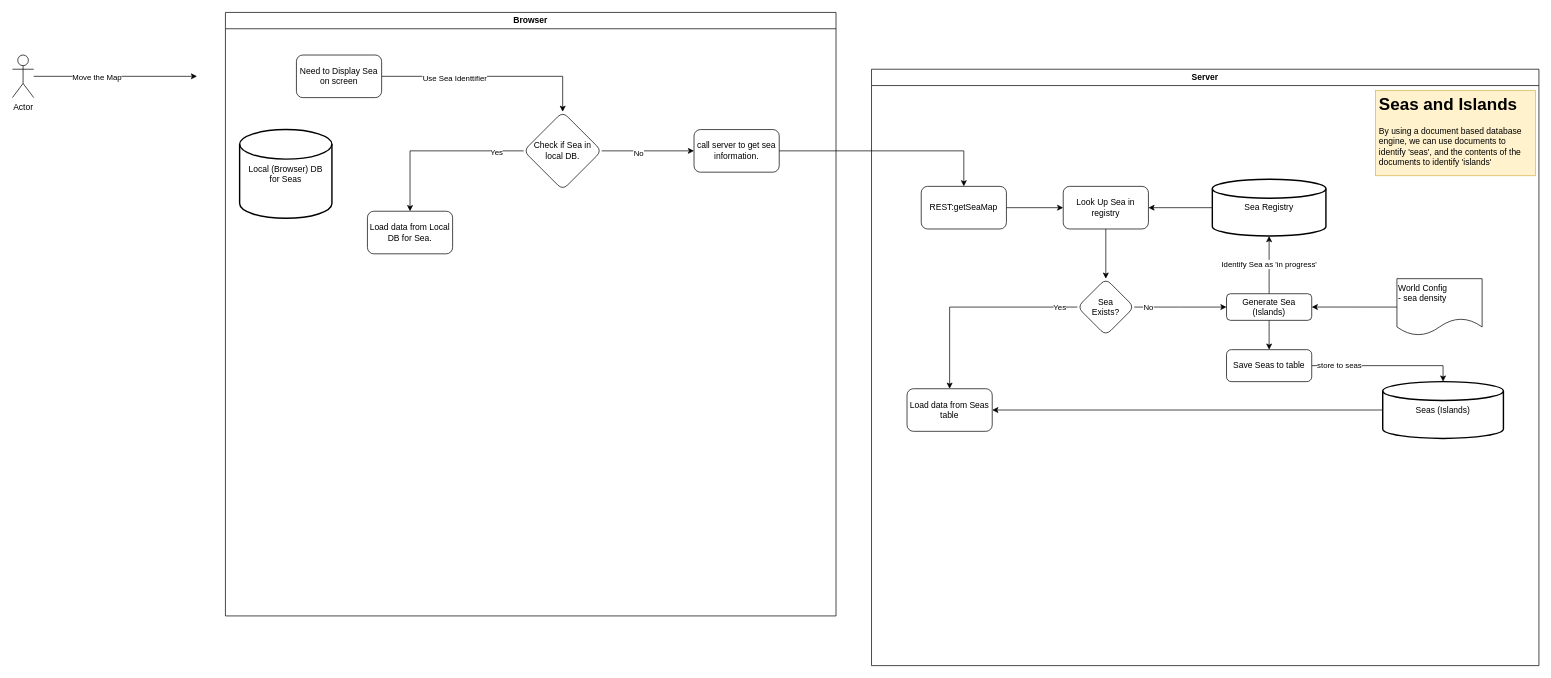
This is page "DisplaySea" (3 of 3) of ARC_01_functional_flow.drawio from maddog1138/diagrams, a draw.io file, before an edit. Source tidied: cells renumbered, new cells numbered last; positions are measured from the earlier drawing's top-left corner, leaving out a move shared by most shapes. Both pictures are drawn from the tidied source at 71%, with x=0, y=0 at pixel (12, 12).
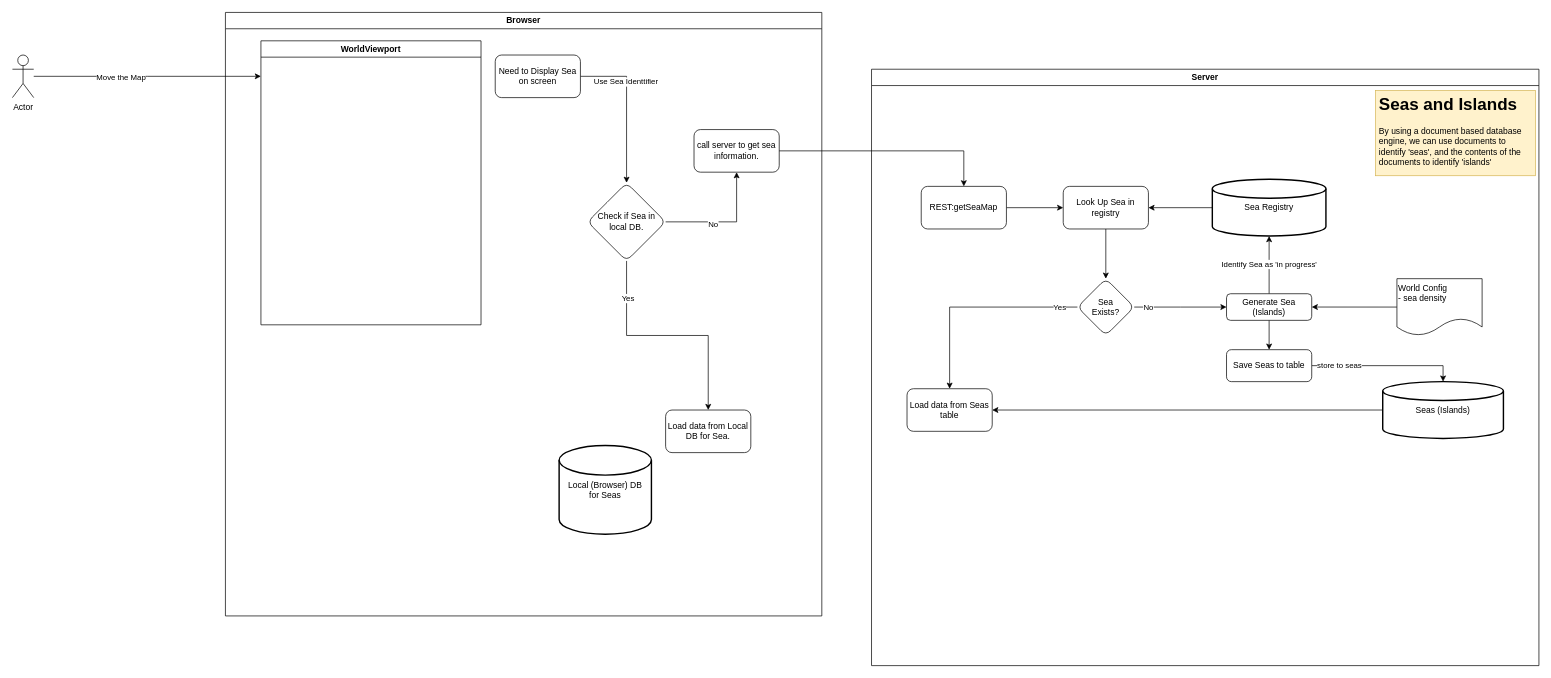
Above is the later version.

Unchanged cells that the change refers to:
```xml
<mxCell id="38" value="Actor" style="shape=umlActor;verticalLabelPosition=bottom;verticalAlign=top;html=1;outlineConnect=0;" parent="1" vertex="1">
  <mxGeometry y="60" width="30" height="60" as="geometry" />
</mxCell>
```

Change to the diagram source:
```diff
@@
     <mxCell id="23" value="Browser" style="swimlane;whiteSpace=wrap;html=1;" parent="1" vertex="1">
-      <mxGeometry x="300" width="860" height="850" as="geometry" />
+      <mxGeometry x="300" width="840" height="850" as="geometry" />
     </mxCell>
@@
     <mxCell id="26" value="Need to Display Sea on screen" style="rounded=1;whiteSpace=wrap;html=1;" parent="23" vertex="1">
-      <mxGeometry x="100" y="60" width="120" height="60" as="geometry" />
+      <mxGeometry x="380" y="60" width="120" height="60" as="geometry" />
     </mxCell>
@@
     <mxCell id="31" value="Check if Sea in local DB." style="rhombus;whiteSpace=wrap;html=1;rounded=1;" parent="23" vertex="1">
-      <mxGeometry x="420" y="140" width="110" height="110" as="geometry" />
+      <mxGeometry x="510" y="240" width="110" height="110" as="geometry" />
     </mxCell>
     <mxCell id="32" value="&lt;div&gt;Local (Browser) DB&lt;/div&gt;&lt;div&gt;for Seas&lt;br&gt;&lt;/div&gt;" style="strokeWidth=2;html=1;shape=mxgraph.flowchart.database;whiteSpace=wrap;" parent="23" vertex="1">
-      <mxGeometry x="20" y="165" width="130" height="125" as="geometry" />
+      <mxGeometry x="470" y="610" width="130" height="125" as="geometry" />
     </mxCell>
     <mxCell id="33" value="Load data from Local DB for Sea." style="whiteSpace=wrap;html=1;rounded=1;" parent="23" vertex="1">
-      <mxGeometry x="200" y="280" width="120" height="60" as="geometry" />
+      <mxGeometry x="620" y="560" width="120" height="60" as="geometry" />
     </mxCell>
@@
+    <mxCell id="39" value="WorldViewport" style="swimlane;whiteSpace=wrap;html=1;" parent="23" vertex="1">
+      <mxGeometry x="50" y="40" width="310" height="400" as="geometry" />
+    </mxCell>
@@
     <mxCell id="36" style="edgeStyle=orthogonalEdgeStyle;rounded=0;jettySize=auto;html=1;" parent="1" edge="1" source="38">
       <mxGeometry relative="1" as="geometry">
-        <mxPoint x="260" y="90" as="targetPoint" />
+        <mxPoint x="350" y="90" as="targetPoint" />
       </mxGeometry>
     </mxCell>
```
